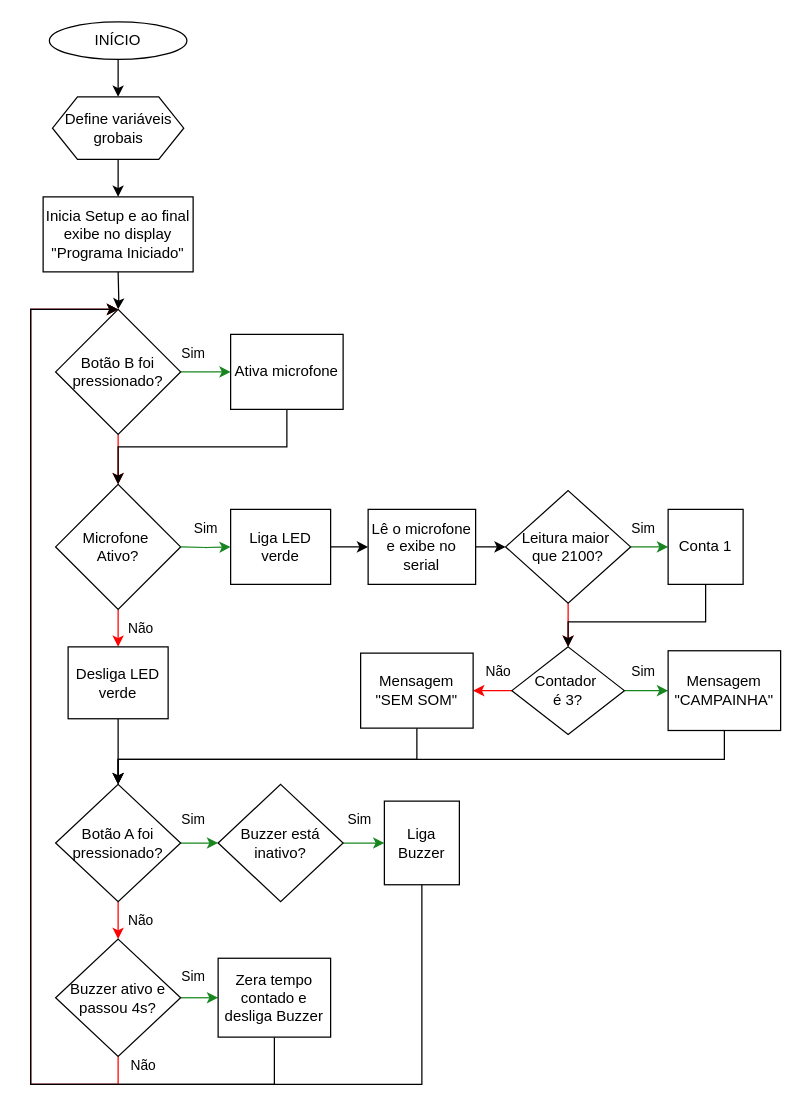
The draw.io diagram Diagrama sem nome.drawio in anaclassen/Irriga_familiar, before the edit. Source tidied: cells renumbered, new cells numbered last; positions are measured from the earlier drawing's top-left corner, leaving out a move shared by most shapes. Both pictures are drawn from the tidied source at 125%, with x=0, y=0 at pixel (30, 21).
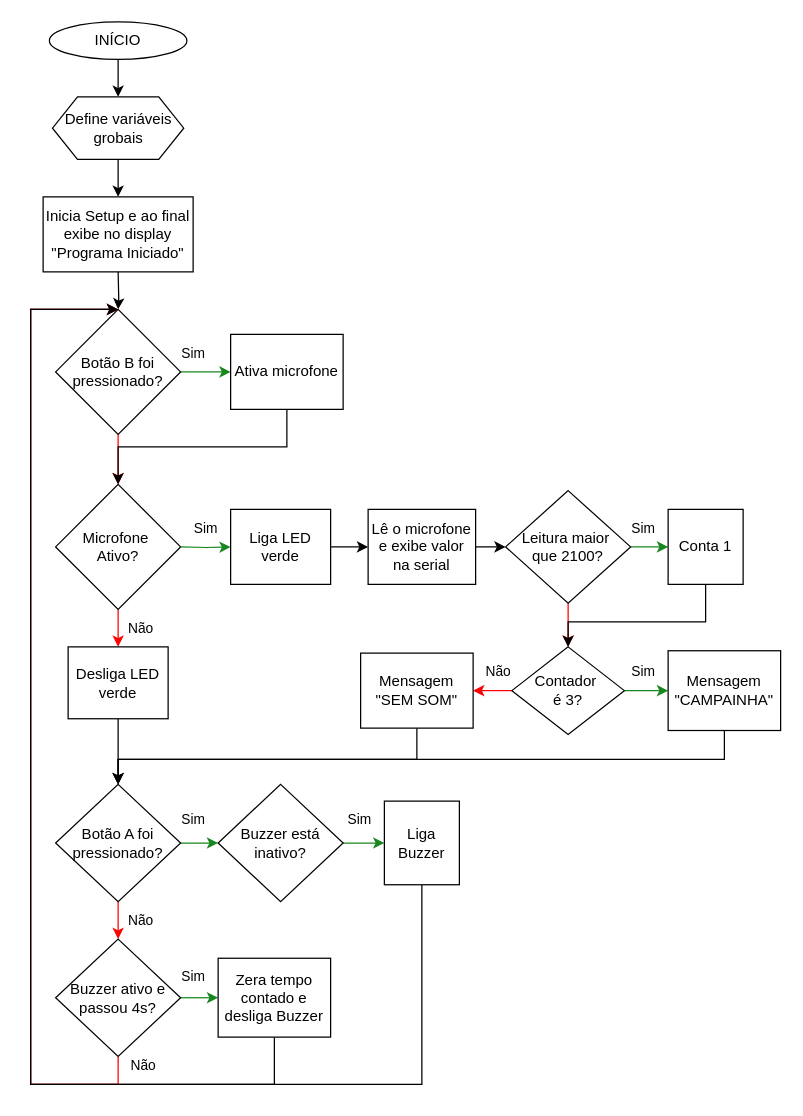
The same page after the edit.

Change to the diagram source:
```diff
@@
-    <mxCell id="21" value="Lê o microfone e exibe no serial" style="whiteSpace=wrap;html=1;" parent="1" vertex="1">
+    <mxCell id="21" value="Lê o microfone e exibe valor na serial" style="whiteSpace=wrap;html=1;" parent="1" vertex="1">
       <mxGeometry x="270" y="390" width="86" height="60" as="geometry" />
     </mxCell>
```
